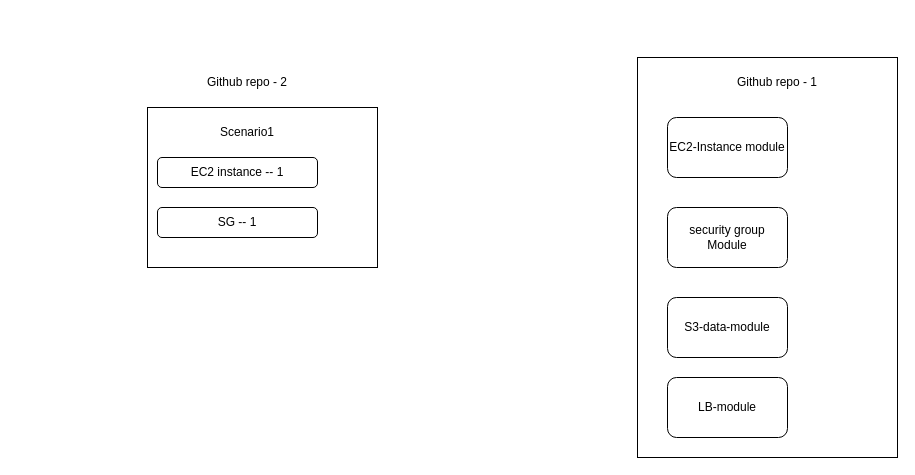
Vishwanathms/im-docs-jan25 keeps this draw.io diagram as tf-modules.drawio. Above is the earlier version. Source tidied: cells renumbered, new cells numbered last; positions are measured from the earlier drawing's top-left corner, leaving out a move shared by most shapes. Both pictures are drawn from the tidied source at 100%, with x=0, y=0 at pixel (147, 57).
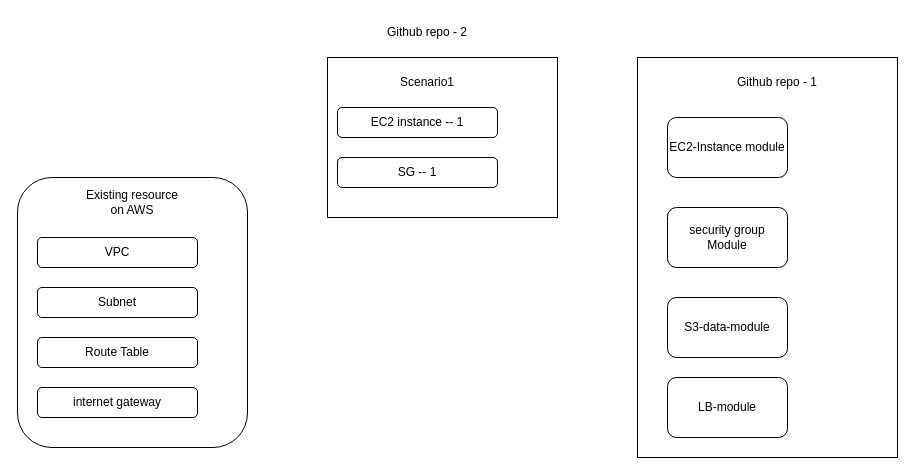
After the change.

What changed in the source:
```diff
@@
 <mxGraphModel>
   <root>
     <mxCell id="0" />
     <mxCell id="1" parent="0" />
     <mxCell id="2" style="rounded=0;whiteSpace=wrap;html=1;" parent="1" vertex="1">
       <mxGeometry x="490" width="260" height="400" as="geometry" />
     </mxCell>
     <mxCell id="3" value="EC2-Instance module" style="rounded=1;whiteSpace=wrap;html=1;" parent="1" vertex="1">
       <mxGeometry x="520" y="60" width="120" height="60" as="geometry" />
     </mxCell>
     <mxCell id="4" value="security group Module" style="rounded=1;whiteSpace=wrap;html=1;" parent="1" vertex="1">
       <mxGeometry x="520" y="150" width="120" height="60" as="geometry" />
     </mxCell>
     <mxCell id="5" value="S3-data-module" style="rounded=1;whiteSpace=wrap;html=1;" parent="1" vertex="1">
       <mxGeometry x="520" y="240" width="120" height="60" as="geometry" />
     </mxCell>
     <mxCell id="6" value="LB-module" style="rounded=1;whiteSpace=wrap;html=1;" parent="1" vertex="1">
       <mxGeometry x="520" y="320" width="120" height="60" as="geometry" />
     </mxCell>
     <mxCell id="7" value="Github repo - 1" style="text;html=1;whiteSpace=wrap;strokeColor=none;fillColor=none;align=center;verticalAlign=middle;rounded=0;" parent="1" vertex="1">
       <mxGeometry x="580" y="10" width="100" height="30" as="geometry" />
     </mxCell>
     <mxCell id="8" style="rounded=0;whiteSpace=wrap;html=1;" parent="1" vertex="1">
-      <mxGeometry y="50" width="230" height="160" as="geometry" />
+      <mxGeometry x="180" width="230" height="160" as="geometry" />
     </mxCell>
     <mxCell id="9" value="Scenario1" style="text;html=1;whiteSpace=wrap;strokeColor=none;fillColor=none;align=center;verticalAlign=middle;rounded=0;" parent="1" vertex="1">
-      <mxGeometry x="70" y="60" width="60" height="30" as="geometry" />
+      <mxGeometry x="250" y="10" width="60" height="30" as="geometry" />
     </mxCell>
     <mxCell id="10" value="EC2 instance -- 1" style="rounded=1;whiteSpace=wrap;html=1;" parent="1" vertex="1">
-      <mxGeometry x="10" y="100" width="160" height="30" as="geometry" />
+      <mxGeometry x="190" y="50" width="160" height="30" as="geometry" />
     </mxCell>
     <mxCell id="11" value="SG -- 1" style="rounded=1;whiteSpace=wrap;html=1;" parent="1" vertex="1">
-      <mxGeometry x="10" y="150" width="160" height="30" as="geometry" />
+      <mxGeometry x="190" y="100" width="160" height="30" as="geometry" />
     </mxCell>
     <mxCell id="12" value="Github repo - 2" style="text;html=1;whiteSpace=wrap;strokeColor=none;fillColor=none;align=center;verticalAlign=middle;rounded=0;" parent="1" vertex="1">
-      <mxGeometry x="50" y="10" width="100" height="30" as="geometry" />
+      <mxGeometry x="230" y="-40" width="100" height="30" as="geometry" />
     </mxCell>
+    <mxCell id="13" style="rounded=1;whiteSpace=wrap;html=1;" parent="1" vertex="1">
+      <mxGeometry x="-130" y="120" width="230" height="270" as="geometry" />
+    </mxCell>
+    <mxCell id="14" value="Existing resource on AWS" style="text;html=1;whiteSpace=wrap;strokeColor=none;fillColor=none;align=center;verticalAlign=middle;rounded=0;" parent="1" vertex="1">
+      <mxGeometry x="-65" y="130" width="100" height="30" as="geometry" />
+    </mxCell>
+    <mxCell id="15" value="VPC" style="rounded=1;whiteSpace=wrap;html=1;" parent="1" vertex="1">
+      <mxGeometry x="-110" y="180" width="160" height="30" as="geometry" />
+    </mxCell>
+    <mxCell id="16" value="Subnet" style="rounded=1;whiteSpace=wrap;html=1;" parent="1" vertex="1">
+      <mxGeometry x="-110" y="230" width="160" height="30" as="geometry" />
+    </mxCell>
+    <mxCell id="17" value="Route Table" style="rounded=1;whiteSpace=wrap;html=1;" parent="1" vertex="1">
+      <mxGeometry x="-110" y="280" width="160" height="30" as="geometry" />
+    </mxCell>
+    <mxCell id="18" value="internet gateway" style="rounded=1;whiteSpace=wrap;html=1;" parent="1" vertex="1">
+      <mxGeometry x="-110" y="330" width="160" height="30" as="geometry" />
+    </mxCell>
   </root>
 </mxGraphModel>
```
